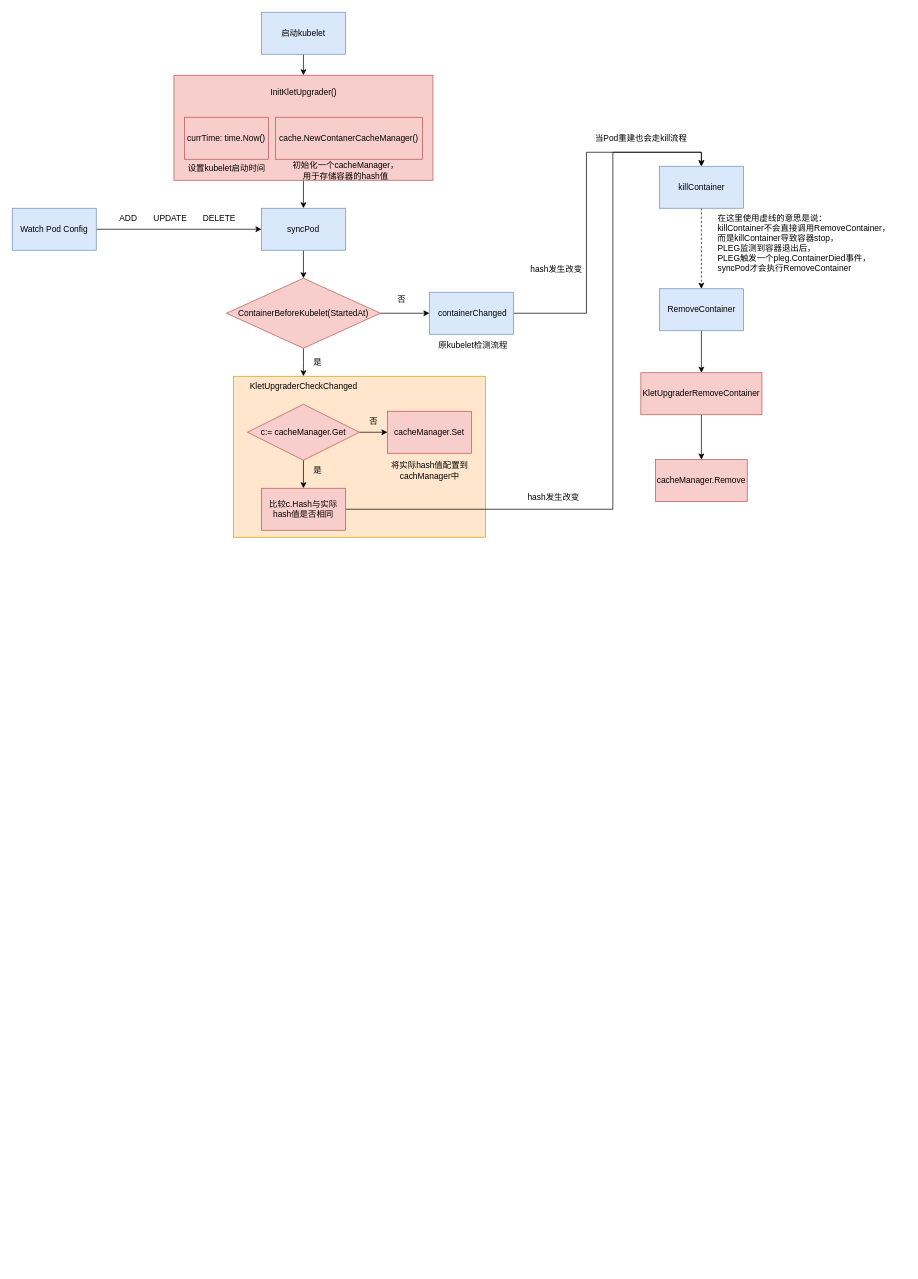
Earlier version of the draw.io diagram kubelet/kletUpgrader.drawio (jingrenzhou/drawio). Source tidied: cells renumbered, new cells numbered last; positions are measured from the earlier drawing's top-left corner, leaving out a move shared by most shapes. Both pictures are drawn from the tidied source at 70%, with x=0, y=0 at pixel (12, 12).
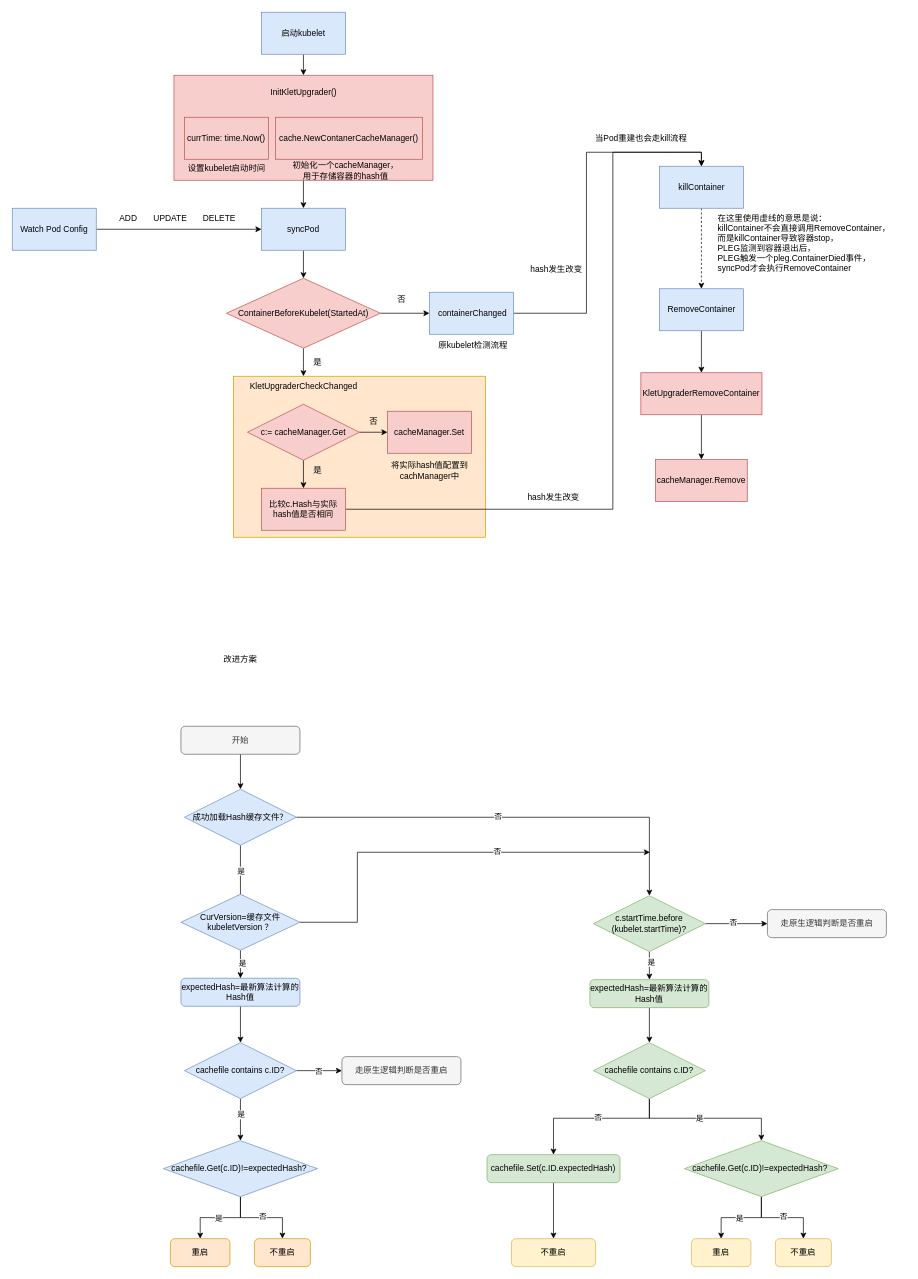
The same diagram, later.

What changed in the source:
```diff
@@
+    <mxCell id="48" value="改进方案" style="text;html=1;strokeColor=none;fillColor=none;align=center;verticalAlign=middle;whiteSpace=wrap;rounded=0;" parent="1" vertex="1">
+      <mxGeometry x="296" y="910" width="60" height="30" as="geometry" />
+    </mxCell>
+    <mxCell id="49" style="edgeStyle=orthogonalEdgeStyle;rounded=0;jettySize=auto;html=1;exitX=0.5;exitY=1;exitDx=0;exitDy=0;entryX=0.5;entryY=0;entryDx=0;entryDy=0;" parent="1" edge="1" source="50" target="61">
+      <mxGeometry relative="1" as="geometry" />
+    </mxCell>
+    <mxCell id="50" value="开始" style="rounded=1;whiteSpace=wrap;html=1;fillColor=#f5f5f5;fontColor=#333333;strokeColor=#666666;" parent="1" vertex="1">
+      <mxGeometry x="241" y="1020" width="170" height="40" as="geometry" />
+    </mxCell>
+    <mxCell id="51" style="edgeStyle=orthogonalEdgeStyle;rounded=0;jettySize=auto;html=1;exitX=1;exitY=0.5;exitDx=0;exitDy=0;entryX=0;entryY=0.5;entryDx=0;entryDy=0;" parent="1" edge="1" source="55" target="56">
+      <mxGeometry relative="1" as="geometry" />
+    </mxCell>
+    <mxCell id="52" value="否" style="edgeLabel;html=1;align=center;verticalAlign=middle;" parent="51" vertex="1">
+      <mxGeometry x="-0.12" y="2" relative="1" as="geometry" />
+    </mxCell>
+    <mxCell id="53" style="edgeStyle=orthogonalEdgeStyle;rounded=0;jettySize=auto;html=1;exitX=0.5;exitY=1;exitDx=0;exitDy=0;entryX=0.5;entryY=0;entryDx=0;entryDy=0;" parent="1" edge="1" source="55" target="63">
+      <mxGeometry relative="1" as="geometry" />
+    </mxCell>
+    <mxCell id="54" value="是" style="edgeLabel;html=1;align=center;verticalAlign=middle;" parent="53" vertex="1">
+      <mxGeometry x="-0.28" y="2" relative="1" as="geometry" />
+    </mxCell>
+    <mxCell id="55" value="c.startTime.before&lt;br&gt;(kubelet.startTime)?" style="rhombus;whiteSpace=wrap;html=1;fillColor=#d5e8d4;strokeColor=#82b366;" parent="1" vertex="1">
+      <mxGeometry x="830.2" y="1262" width="160" height="80" as="geometry" />
+    </mxCell>
+    <mxCell id="56" value="走原生逻辑判断是否重启" style="rounded=1;whiteSpace=wrap;html=1;fillColor=#f5f5f5;fontColor=#333333;strokeColor=#666666;" parent="1" vertex="1">
+      <mxGeometry x="1078.8" y="1282" width="170" height="40" as="geometry" />
+    </mxCell>
+    <mxCell id="57" style="edgeStyle=orthogonalEdgeStyle;rounded=0;jettySize=auto;html=1;exitX=1;exitY=0.5;exitDx=0;exitDy=0;entryX=0.5;entryY=0;entryDx=0;entryDy=0;" parent="1" edge="1" source="61" target="55">
+      <mxGeometry relative="1" as="geometry" />
+    </mxCell>
+    <mxCell id="58" value="否" style="edgeLabel;html=1;align=center;verticalAlign=middle;" parent="57" vertex="1">
+      <mxGeometry x="-0.07" y="3" relative="1" as="geometry">
+        <mxPoint y="1" as="offset" />
+      </mxGeometry>
+    </mxCell>
+    <mxCell id="59" style="edgeStyle=orthogonalEdgeStyle;rounded=0;jettySize=auto;html=1;exitX=0.5;exitY=1;exitDx=0;exitDy=0;entryX=0.5;entryY=0;entryDx=0;entryDy=0;" parent="1" edge="1" source="61">
+      <mxGeometry relative="1" as="geometry">
+        <mxPoint x="326" y="1270" as="targetPoint" />
+      </mxGeometry>
+    </mxCell>
+    <mxCell id="60" value="是" style="edgeLabel;html=1;align=center;verticalAlign=middle;" parent="59" vertex="1">
+      <mxGeometry x="-0.11" relative="1" as="geometry" />
+    </mxCell>
+    <mxCell id="61" value="成功加载Hash缓存文件？" style="rhombus;whiteSpace=wrap;html=1;fillColor=#dae8fc;strokeColor=#6c8ebf;" parent="1" vertex="1">
+      <mxGeometry x="246" y="1110" width="160" height="80" as="geometry" />
+    </mxCell>
+    <mxCell id="62" style="edgeStyle=orthogonalEdgeStyle;rounded=0;jettySize=auto;html=1;exitX=0.5;exitY=1;exitDx=0;exitDy=0;entryX=0.5;entryY=0;entryDx=0;entryDy=0;" parent="1" edge="1" source="63" target="80">
+      <mxGeometry relative="1" as="geometry" />
+    </mxCell>
+    <mxCell id="63" value="expectedHash=最新算法计算的Hash值" style="rounded=1;whiteSpace=wrap;html=1;fillColor=#d5e8d4;strokeColor=#82b366;" parent="1" vertex="1">
+      <mxGeometry x="825.2" y="1382" width="170" height="40" as="geometry" />
+    </mxCell>
+    <mxCell id="64" style="edgeStyle=orthogonalEdgeStyle;rounded=0;jettySize=auto;html=1;exitX=0.5;exitY=1;exitDx=0;exitDy=0;entryX=0.5;entryY=0;entryDx=0;entryDy=0;" parent="1" edge="1" source="65" target="70">
+      <mxGeometry relative="1" as="geometry" />
+    </mxCell>
+    <mxCell id="65" value="expectedHash=最新算法计算的Hash值" style="rounded=1;whiteSpace=wrap;html=1;fillColor=#dae8fc;strokeColor=#6c8ebf;" parent="1" vertex="1">
+      <mxGeometry x="241" y="1380" width="170" height="40" as="geometry" />
+    </mxCell>
+    <mxCell id="66" style="edgeStyle=orthogonalEdgeStyle;rounded=0;jettySize=auto;html=1;exitX=0.5;exitY=1;exitDx=0;exitDy=0;entryX=0.5;entryY=0;entryDx=0;entryDy=0;" parent="1" edge="1" source="70" target="96">
+      <mxGeometry relative="1" as="geometry" />
+    </mxCell>
+    <mxCell id="67" value="是" style="edgeLabel;html=1;align=center;verticalAlign=middle;" parent="66" vertex="1">
+      <mxGeometry x="-0.28" relative="1" as="geometry" />
+    </mxCell>
+    <mxCell id="68" style="edgeStyle=orthogonalEdgeStyle;rounded=0;jettySize=auto;html=1;exitX=1;exitY=0.5;exitDx=0;exitDy=0;entryX=0;entryY=0.5;entryDx=0;entryDy=0;" parent="1" edge="1" source="70" target="91">
+      <mxGeometry relative="1" as="geometry" />
+    </mxCell>
+    <mxCell id="69" value="否" style="edgeLabel;html=1;align=center;verticalAlign=middle;" parent="68" vertex="1">
+      <mxGeometry x="-0.06" y="-1" relative="1" as="geometry" />
+    </mxCell>
+    <mxCell id="70" value="cachefile contains c.ID?" style="rhombus;whiteSpace=wrap;html=1;fillColor=#dae8fc;strokeColor=#6c8ebf;" parent="1" vertex="1">
+      <mxGeometry x="246" y="1472" width="160" height="80" as="geometry" />
+    </mxCell>
+    <mxCell id="71" style="edgeStyle=orthogonalEdgeStyle;rounded=0;jettySize=auto;html=1;exitX=1;exitY=0.5;exitDx=0;exitDy=0;" parent="1" edge="1" source="75">
+      <mxGeometry relative="1" as="geometry">
+        <mxPoint x="911" y="1200" as="targetPoint" />
+        <Array as="points">
+          <mxPoint x="493" y="1300" />
+          <mxPoint x="493" y="1200" />
+        </Array>
+      </mxGeometry>
+    </mxCell>
+    <mxCell id="72" value="否" style="edgeLabel;html=1;align=center;verticalAlign=middle;" parent="71" vertex="1">
+      <mxGeometry x="0.27" y="2" relative="1" as="geometry" />
+    </mxCell>
+    <mxCell id="73" style="edgeStyle=orthogonalEdgeStyle;rounded=0;jettySize=auto;html=1;exitX=0.5;exitY=1;exitDx=0;exitDy=0;entryX=0.5;entryY=0;entryDx=0;entryDy=0;" parent="1" edge="1" source="75" target="65">
+      <mxGeometry relative="1" as="geometry" />
+    </mxCell>
+    <mxCell id="74" value="是" style="edgeLabel;html=1;align=center;verticalAlign=middle;" parent="73" vertex="1">
+      <mxGeometry x="-0.1" y="2" relative="1" as="geometry" />
+    </mxCell>
+    <mxCell id="75" value="CurVersion=缓存文件&lt;br&gt;kubeletVersion ？" style="rhombus;whiteSpace=wrap;html=1;fillColor=#dae8fc;strokeColor=#6c8ebf;" parent="1" vertex="1">
+      <mxGeometry x="241" y="1260" width="170" height="80" as="geometry" />
+    </mxCell>
+    <mxCell id="76" style="edgeStyle=orthogonalEdgeStyle;rounded=0;jettySize=auto;html=1;exitX=0.5;exitY=1;exitDx=0;exitDy=0;entryX=0.5;entryY=0;entryDx=0;entryDy=0;" parent="1" edge="1" source="80" target="87">
+      <mxGeometry relative="1" as="geometry">
+        <Array as="points">
+          <mxPoint x="910" y="1580" />
+          <mxPoint x="1070" y="1580" />
+        </Array>
+      </mxGeometry>
+    </mxCell>
+    <mxCell id="77" value="是" style="edgeLabel;html=1;align=center;verticalAlign=middle;" parent="76" vertex="1">
+      <mxGeometry x="-0.1" y="1" relative="1" as="geometry" />
+    </mxCell>
+    <mxCell id="78" style="edgeStyle=orthogonalEdgeStyle;rounded=0;jettySize=auto;html=1;exitX=0.5;exitY=1;exitDx=0;exitDy=0;entryX=0.5;entryY=0;entryDx=0;entryDy=0;" parent="1" edge="1" source="80" target="82">
+      <mxGeometry relative="1" as="geometry">
+        <Array as="points">
+          <mxPoint x="910" y="1580" />
+          <mxPoint x="773" y="1580" />
+        </Array>
+      </mxGeometry>
+    </mxCell>
+    <mxCell id="79" value="否" style="edgeLabel;html=1;align=center;verticalAlign=middle;" parent="78" vertex="1">
+      <mxGeometry x="-0.06" y="-2" relative="1" as="geometry" />
+    </mxCell>
+    <mxCell id="80" value="cachefile contains c.ID?" style="rhombus;whiteSpace=wrap;html=1;fillColor=#d5e8d4;strokeColor=#82b366;" parent="1" vertex="1">
+      <mxGeometry x="830.2" y="1472" width="160" height="80" as="geometry" />
+    </mxCell>
+    <mxCell id="81" style="edgeStyle=orthogonalEdgeStyle;rounded=0;jettySize=auto;html=1;exitX=0.5;exitY=1;exitDx=0;exitDy=0;" parent="1" edge="1" source="82" target="88">
+      <mxGeometry relative="1" as="geometry" />
+    </mxCell>
+    <mxCell id="82" value="cachefile.Set(c.ID.expectedHash)" style="rounded=1;whiteSpace=wrap;html=1;fillColor=#d5e8d4;strokeColor=#82b366;" parent="1" vertex="1">
+      <mxGeometry x="678.2" y="1632" width="190" height="40" as="geometry" />
+    </mxCell>
+    <mxCell id="83" style="edgeStyle=orthogonalEdgeStyle;rounded=0;jettySize=auto;html=1;exitX=0.5;exitY=1;exitDx=0;exitDy=0;entryX=0.5;entryY=0;entryDx=0;entryDy=0;" parent="1" edge="1" source="87" target="89">
+      <mxGeometry relative="1" as="geometry" />
+    </mxCell>
+    <mxCell id="84" value="是" style="edgeLabel;html=1;align=center;verticalAlign=middle;" parent="83" vertex="1">
+      <mxGeometry x="0.06" relative="1" as="geometry" />
+    </mxCell>
+    <mxCell id="85" style="edgeStyle=orthogonalEdgeStyle;rounded=0;jettySize=auto;html=1;exitX=0.5;exitY=1;exitDx=0;exitDy=0;entryX=0.5;entryY=0;entryDx=0;entryDy=0;" parent="1" edge="1" source="87" target="90">
+      <mxGeometry relative="1" as="geometry" />
+    </mxCell>
+    <mxCell id="86" value="否" style="edgeLabel;html=1;align=center;verticalAlign=middle;" parent="85" vertex="1">
+      <mxGeometry x="0.02" y="2" relative="1" as="geometry" />
+    </mxCell>
+    <mxCell id="87" value="cachefile.Get(c.ID)!=expectedHash?&amp;nbsp;" style="rhombus;whiteSpace=wrap;html=1;fillColor=#d5e8d4;strokeColor=#82b366;" parent="1" vertex="1">
+      <mxGeometry x="960.2" y="1612" width="220" height="80" as="geometry" />
+    </mxCell>
+    <mxCell id="88" value="不重启" style="rounded=1;whiteSpace=wrap;html=1;fillColor=#fff2cc;strokeColor=#d6b656;" parent="1" vertex="1">
+      <mxGeometry x="713.2" y="1752" width="120" height="40" as="geometry" />
+    </mxCell>
+    <mxCell id="89" value="&lt;span style=&quot;font-weight: 400;&quot;&gt;重启&lt;/span&gt;" style="rounded=1;whiteSpace=wrap;html=1;fontStyle=1;fillColor=#fff2cc;strokeColor=#d6b656;" parent="1" vertex="1">
+      <mxGeometry x="970.2" y="1752" width="85" height="40" as="geometry" />
+    </mxCell>
+    <mxCell id="90" value="&lt;span style=&quot;font-weight: normal;&quot;&gt;不重启&lt;/span&gt;" style="rounded=1;whiteSpace=wrap;html=1;fontStyle=1;fillColor=#fff2cc;strokeColor=#d6b656;" parent="1" vertex="1">
+      <mxGeometry x="1090.2" y="1752" width="80" height="40" as="geometry" />
+    </mxCell>
+    <mxCell id="91" value="走原生逻辑判断是否重启" style="rounded=1;whiteSpace=wrap;html=1;fillColor=#f5f5f5;fontColor=#333333;strokeColor=#666666;" parent="1" vertex="1">
+      <mxGeometry x="471" y="1492" width="170" height="40" as="geometry" />
+    </mxCell>
+    <mxCell id="92" style="edgeStyle=orthogonalEdgeStyle;rounded=0;jettySize=auto;html=1;exitX=0.5;exitY=1;exitDx=0;exitDy=0;entryX=0.5;entryY=0;entryDx=0;entryDy=0;" parent="1" edge="1" source="96" target="97">
+      <mxGeometry relative="1" as="geometry" />
+    </mxCell>
+    <mxCell id="93" value="是" style="edgeLabel;html=1;align=center;verticalAlign=middle;" parent="92" vertex="1">
+      <mxGeometry x="0.06" relative="1" as="geometry" />
+    </mxCell>
+    <mxCell id="94" style="edgeStyle=orthogonalEdgeStyle;rounded=0;jettySize=auto;html=1;exitX=0.5;exitY=1;exitDx=0;exitDy=0;entryX=0.5;entryY=0;entryDx=0;entryDy=0;" parent="1" edge="1" source="96" target="98">
+      <mxGeometry relative="1" as="geometry" />
+    </mxCell>
+    <mxCell id="95" value="否" style="edgeLabel;html=1;align=center;verticalAlign=middle;" parent="94" vertex="1">
+      <mxGeometry x="0.02" y="2" relative="1" as="geometry" />
+    </mxCell>
+    <mxCell id="96" value="cachefile.Get(c.ID)!=expectedHash?&amp;nbsp;" style="rhombus;whiteSpace=wrap;html=1;fillColor=#dae8fc;strokeColor=#6c8ebf;" parent="1" vertex="1">
+      <mxGeometry x="216" y="1612" width="220" height="80" as="geometry" />
+    </mxCell>
+    <mxCell id="97" value="&lt;span style=&quot;font-weight: 400;&quot;&gt;重启&lt;/span&gt;" style="rounded=1;whiteSpace=wrap;html=1;fontStyle=1;fillColor=#ffe6cc;strokeColor=#d79b00;" parent="1" vertex="1">
+      <mxGeometry x="226" y="1752" width="85" height="40" as="geometry" />
+    </mxCell>
+    <mxCell id="98" value="&lt;span style=&quot;font-weight: normal;&quot;&gt;不重启&lt;/span&gt;" style="rounded=1;whiteSpace=wrap;html=1;fontStyle=1;fillColor=#ffe6cc;strokeColor=#d79b00;" parent="1" vertex="1">
+      <mxGeometry x="346" y="1752" width="80" height="40" as="geometry" />
+    </mxCell>
```
